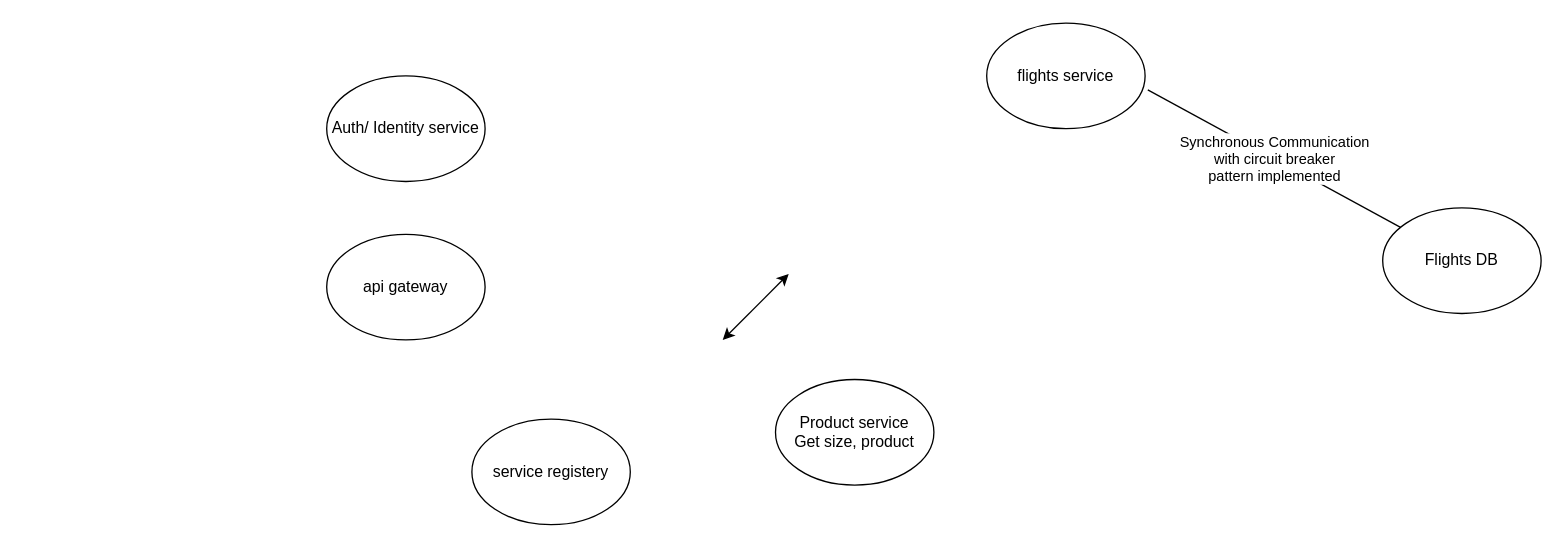
The draw.io diagram HLD.drawio in varindersingh6885/bookingsystem-backend, before the edit. Source tidied: cells renumbered, new cells numbered last; positions are measured from the earlier drawing's top-left corner, leaving out a move shared by most shapes. Both pictures are drawn from the tidied source at 132%, with x=0, y=0 at pixel (326, 22).
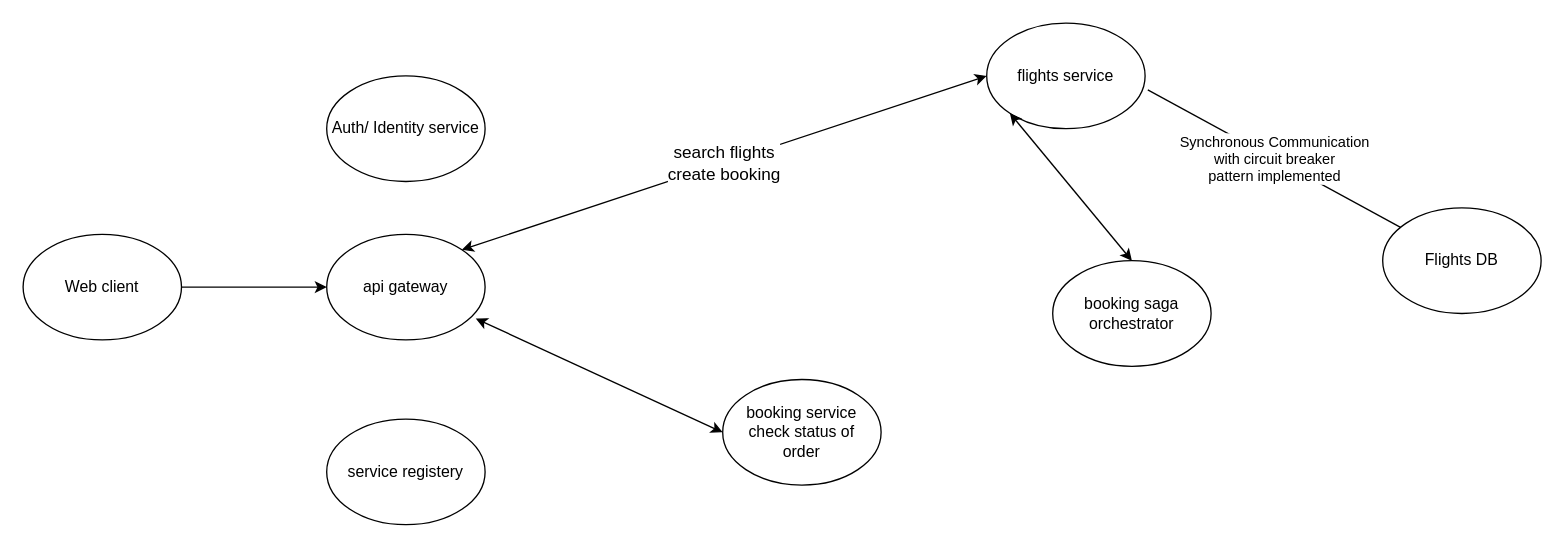
The same page after the edit.

Change to the diagram source:
```diff
@@
 <mxGraphModel>
   <root>
     <mxCell id="0" />
     <mxCell id="1" parent="0" />
     <mxCell id="2" value="flights service" style="ellipse;whiteSpace=wrap;html=1;" parent="1" vertex="1">
       <mxGeometry x="500" width="120" height="80" as="geometry" />
     </mxCell>
     <mxCell id="3" value="Flights DB" style="ellipse;whiteSpace=wrap;html=1;" parent="1" vertex="1">
       <mxGeometry x="800" y="140" width="120" height="80" as="geometry" />
     </mxCell>
-    <mxCell id="4" value="Product service&lt;br&gt;Get size, product" style="ellipse;whiteSpace=wrap;html=1;" parent="1" vertex="1">
-      <mxGeometry x="340" y="270" width="120" height="80" as="geometry" />
+    <mxCell id="4" value="Web client" style="ellipse;whiteSpace=wrap;html=1;" parent="1" vertex="1">
+      <mxGeometry x="-230" y="160" width="120" height="80" as="geometry" />
     </mxCell>
     <mxCell id="5" value="service registery" style="ellipse;whiteSpace=wrap;html=1;" parent="1" vertex="1">
-      <mxGeometry x="110" y="300" width="120" height="80" as="geometry" />
+      <mxGeometry y="300" width="120" height="80" as="geometry" />
     </mxCell>
     <mxCell id="6" value="api gateway" style="ellipse;whiteSpace=wrap;html=1;" parent="1" vertex="1">
       <mxGeometry y="160" width="120" height="80" as="geometry" />
     </mxCell>
     <mxCell id="7" value="Auth/ Identity service" style="ellipse;whiteSpace=wrap;html=1;" parent="1" vertex="1">
       <mxGeometry y="40" width="120" height="80" as="geometry" />
     </mxCell>
     <mxCell id="8" value="Synchronous Communication&lt;br&gt;with circuit breaker &lt;br&gt;pattern implemented" style="endArrow=none;html=1;rounded=0;entryX=1.017;entryY=0.633;entryDx=0;entryDy=0;entryPerimeter=0;verticalAlign=middle;horizontal=1;targetPerimeterSpacing=0;" parent="1" edge="1" source="3" target="2">
       <mxGeometry relative="1" as="geometry" />
     </mxCell>
-    <mxCell id="9" style="endArrow=classic;startArrow=classic;html=1;rounded=0;" parent="1" edge="1">
-      <mxGeometry relative="1" as="geometry">
-        <mxPoint x="300" y="240" as="sourcePoint" />
-        <mxPoint x="350" y="190" as="targetPoint" />
-      </mxGeometry>
+    <mxCell id="9" value="&lt;font style=&quot;font-size: 13px;&quot;&gt;search flights&lt;br&gt;create booking&lt;/font&gt;" style="endArrow=classic;startArrow=classic;html=1;rounded=0;exitX=1;exitY=0;exitDx=0;exitDy=0;entryX=0;entryY=0.5;entryDx=0;entryDy=0;" parent="1" edge="1" source="6" target="2">
+      <mxGeometry relative="1" as="geometry" />
     </mxCell>
+    <mxCell id="10" style="endArrow=classic;html=1;rounded=0;exitX=1;exitY=0.5;exitDx=0;exitDy=0;entryX=0;entryY=0.5;entryDx=0;entryDy=0;" parent="1" edge="1" source="4" target="6">
+      <mxGeometry relative="1" as="geometry">
+        <Array as="points">
+          <mxPoint x="-60" y="200" />
+        </Array>
+      </mxGeometry>
+    </mxCell>
+    <mxCell id="11" value="booking saga orchestrator" style="ellipse;whiteSpace=wrap;html=1;" parent="1" vertex="1">
+      <mxGeometry x="550" y="180" width="120" height="80" as="geometry" />
+    </mxCell>
+    <mxCell id="12" style="endArrow=classic;startArrow=classic;html=1;rounded=0;entryX=0;entryY=1;entryDx=0;entryDy=0;exitX=0.5;exitY=0;exitDx=0;exitDy=0;" parent="1" edge="1" source="11" target="2">
+      <mxGeometry relative="1" as="geometry" />
+    </mxCell>
+    <mxCell id="13" value="booking service&lt;br&gt;check status of &lt;br&gt;order" style="ellipse;whiteSpace=wrap;html=1;" parent="1" vertex="1">
+      <mxGeometry x="300" y="270" width="120" height="80" as="geometry" />
+    </mxCell>
+    <mxCell id="14" style="endArrow=classic;startArrow=classic;html=1;rounded=0;entryX=0;entryY=0.5;entryDx=0;entryDy=0;exitX=0.941;exitY=0.798;exitDx=0;exitDy=0;exitPerimeter=0;" parent="1" edge="1" source="6" target="13">
+      <mxGeometry relative="1" as="geometry" />
+    </mxCell>
   </root>
 </mxGraphModel>
```
